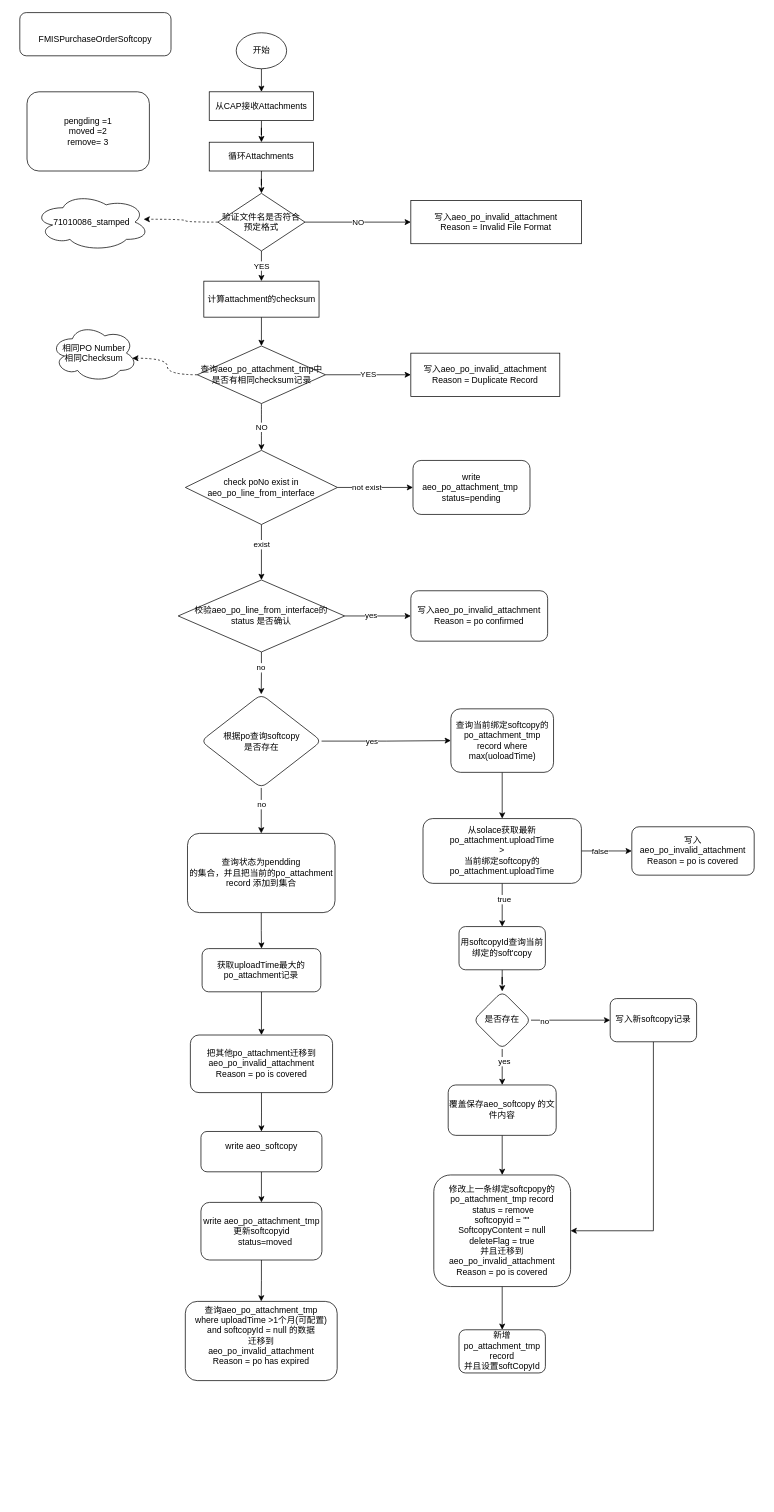
Above: po_atta.drawio in 1119132473/doc (draw.io), before the change. Source tidied: cells renumbered, new cells numbered last; positions are measured from the earlier drawing's top-left corner, leaving out a move shared by most shapes. Both pictures are drawn from the tidied source at 72%, with x=0, y=0 at pixel (19, 12).
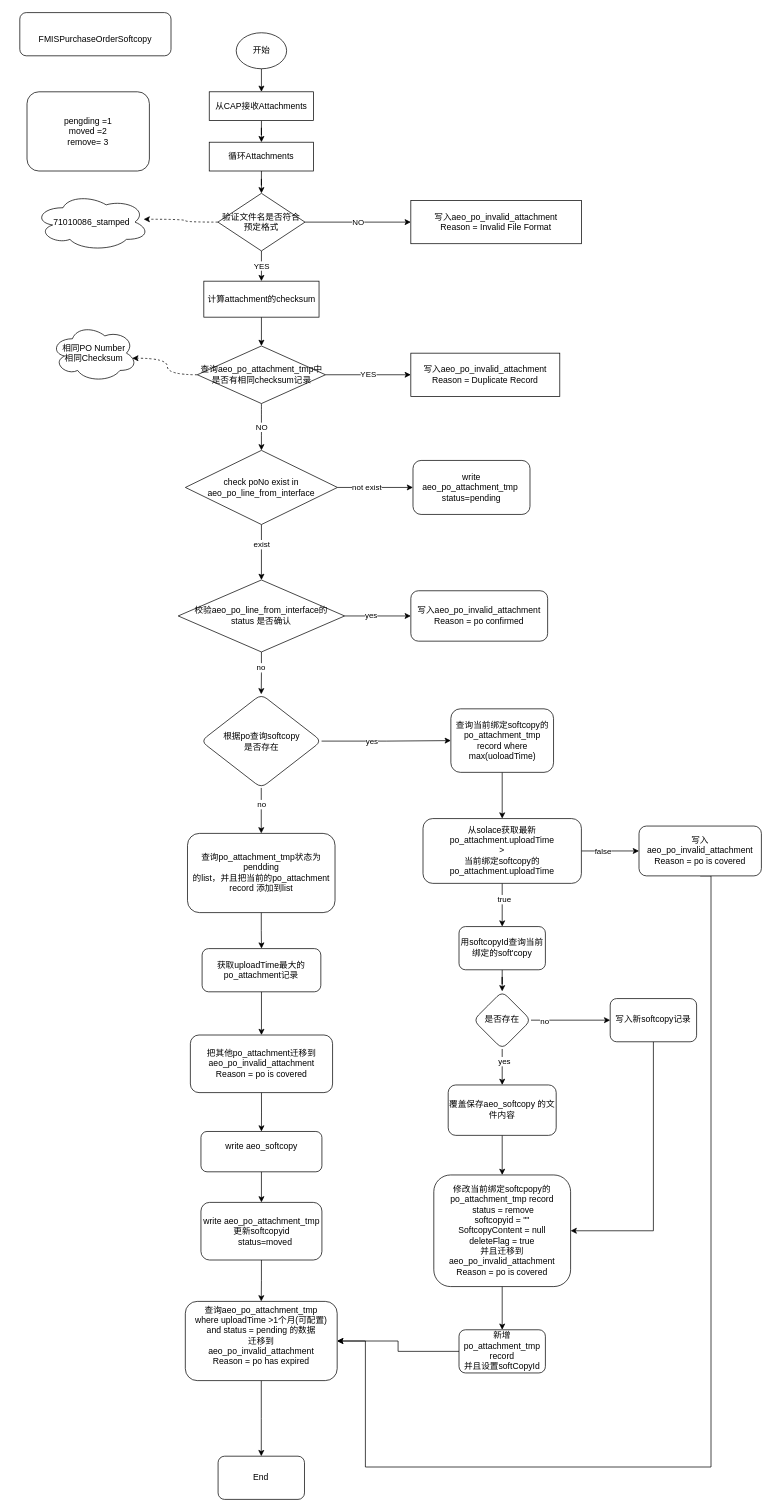
Above is the later version.

The change refers to these unchanged cells:
```xml
<mxCell id="70" value="&lt;div&gt;新增po_attachment_tmp record&lt;br&gt;&lt;/div&gt;&lt;div&gt;并且设置softCopyId&lt;/div&gt;" style="rounded=1;whiteSpace=wrap;html=1;" parent="1" vertex="1">
  <mxGeometry x="610" y="1829.4" width="120" height="60" as="geometry" />
</mxCell>
```

The edit, as a diff of the source:
```diff
@@
+    <mxCell id="74" style="edgeStyle=orthogonalEdgeStyle;rounded=0;jettySize=auto;html=1;" parent="1" edge="1" source="37" target="77">
+      <mxGeometry relative="1" as="geometry" />
+    </mxCell>
-    <mxCell id="37" value="&lt;div&gt;查询aeo_po_attachment_tmp &lt;br&gt;&lt;/div&gt;&lt;div&gt;where uploadTime &amp;gt;1个月(可配置)&lt;/div&gt;&lt;div&gt;and softcopyId = null 的数据&lt;/div&gt;&lt;div&gt;迁移到&lt;/div&gt;&lt;div&gt;aeo_po_invalid_attachment&lt;br&gt;Reason = &lt;span class=&quot;HwtZe&quot; lang=&quot;en&quot;&gt;&lt;span class=&quot;jCAhz ChMk0b&quot;&gt;&lt;span class=&quot;ryNqvb&quot;&gt;po has expired&lt;/span&gt;&lt;/span&gt;&lt;/span&gt;&lt;/div&gt;&lt;div&gt;&lt;br&gt;&lt;/div&gt;" style="rounded=1;whiteSpace=wrap;html=1;" parent="1" vertex="1">
+    <mxCell id="37" value="&lt;div&gt;查询aeo_po_attachment_tmp &lt;br&gt;&lt;/div&gt;&lt;div&gt;where uploadTime &amp;gt;1个月(可配置)&lt;/div&gt;&lt;div&gt;and status = pending 的数据&lt;/div&gt;&lt;div&gt;迁移到&lt;/div&gt;&lt;div&gt;aeo_po_invalid_attachment&lt;br&gt;Reason = &lt;span class=&quot;HwtZe&quot; lang=&quot;en&quot;&gt;&lt;span class=&quot;jCAhz ChMk0b&quot;&gt;&lt;span class=&quot;ryNqvb&quot;&gt;po has expired&lt;/span&gt;&lt;/span&gt;&lt;/span&gt;&lt;/div&gt;&lt;div&gt;&lt;br&gt;&lt;/div&gt;" style="rounded=1;whiteSpace=wrap;html=1;" parent="1" vertex="1">
       <mxGeometry x="229.9" y="1790" width="210.9" height="110" as="geometry" />
     </mxCell>
@@
-    <mxCell id="56" value="&lt;div&gt;修改上一条绑定softcpopy的po_attachment_tmp record&lt;/div&gt;&lt;div&gt;&amp;nbsp;status = remove&lt;/div&gt;&lt;div&gt;softcopyid = &quot;&quot;&lt;/div&gt;&lt;div&gt;SoftcopyContent = null&lt;/div&gt;&lt;div&gt;deleteFlag = true&lt;/div&gt;&lt;div&gt;并且迁移到&lt;/div&gt;&lt;div&gt;aeo_po_invalid_attachment&lt;br&gt;Reason = po is covered&lt;/div&gt;" style="rounded=1;whiteSpace=wrap;html=1;" parent="1" vertex="1">
+    <mxCell id="56" value="&lt;div&gt;修改当前绑定softcpopy的po_attachment_tmp record&lt;/div&gt;&lt;div&gt;&amp;nbsp;status = remove&lt;/div&gt;&lt;div&gt;softcopyid = &quot;&quot;&lt;/div&gt;&lt;div&gt;SoftcopyContent = null&lt;/div&gt;&lt;div&gt;deleteFlag = true&lt;/div&gt;&lt;div&gt;并且迁移到&lt;/div&gt;&lt;div&gt;aeo_po_invalid_attachment&lt;br&gt;Reason = po is covered&lt;/div&gt;" style="rounded=1;whiteSpace=wrap;html=1;" parent="1" vertex="1">
       <mxGeometry x="575" y="1614.4" width="190" height="155" as="geometry" />
     </mxCell>
@@
-    <mxCell id="58" value="&lt;div&gt;查询状态为pendding&lt;/div&gt;&lt;div&gt;的集合，并且把当前的po_attachment record 添加到集合&lt;br&gt;&lt;/div&gt;" style="whiteSpace=wrap;html=1;rounded=1;" parent="1" vertex="1">
+    <mxCell id="58" value="&lt;div&gt;查询po_attachment_tmp状态为pendding&lt;/div&gt;&lt;div&gt;的list，并且把当前的po_attachment record 添加到list&lt;br&gt;&lt;/div&gt;" style="whiteSpace=wrap;html=1;rounded=1;" parent="1" vertex="1">
       <mxGeometry x="232.9" y="1140" width="204.9" height="110" as="geometry" />
     </mxCell>
@@
+    <mxCell id="75" style="edgeStyle=orthogonalEdgeStyle;rounded=0;jettySize=auto;html=1;exitX=0;exitY=0.5;exitDx=0;exitDy=0;entryX=1;entryY=0.5;entryDx=0;entryDy=0;" parent="1" edge="1" source="70" target="37">
+      <mxGeometry relative="1" as="geometry" />
+    </mxCell>
@@
+    <mxCell id="76" style="edgeStyle=orthogonalEdgeStyle;rounded=0;jettySize=auto;html=1;exitX=0.5;exitY=1;exitDx=0;exitDy=0;entryX=1;entryY=0.5;entryDx=0;entryDy=0;" parent="1" edge="1" source="73" target="37">
+      <mxGeometry relative="1" as="geometry">
+        <Array as="points">
+          <mxPoint x="960" y="1199" />
+          <mxPoint x="960" y="2020" />
+          <mxPoint x="480" y="2020" />
+          <mxPoint x="480" y="1845" />
+        </Array>
+      </mxGeometry>
+    </mxCell>
     <mxCell id="73" value="写入aeo_po_invalid_attachment&lt;br&gt;Reason = &lt;span class=&quot;HwtZe&quot; lang=&quot;en&quot;&gt;po is covered&lt;/span&gt;&lt;span class=&quot;HwtZe&quot; lang=&quot;en&quot;&gt;&lt;/span&gt;&lt;span class=&quot;HwtZe&quot; lang=&quot;en&quot;&gt;&lt;/span&gt;&lt;span class=&quot;HwtZe&quot; lang=&quot;en&quot;&gt;&lt;/span&gt; " style="rounded=1;whiteSpace=wrap;html=1;" parent="1" vertex="1">
-      <mxGeometry x="850" y="1130.8" width="170" height="67.2" as="geometry" />
+      <mxGeometry x="860" y="1129.8" width="170" height="69.2" as="geometry" />
     </mxCell>
+    <mxCell id="77" value="&lt;div&gt;End&lt;br&gt;&lt;/div&gt;" style="whiteSpace=wrap;html=1;rounded=1;" parent="1" vertex="1">
+      <mxGeometry x="275.4" y="2005" width="120" height="60" as="geometry" />
+    </mxCell>
```
